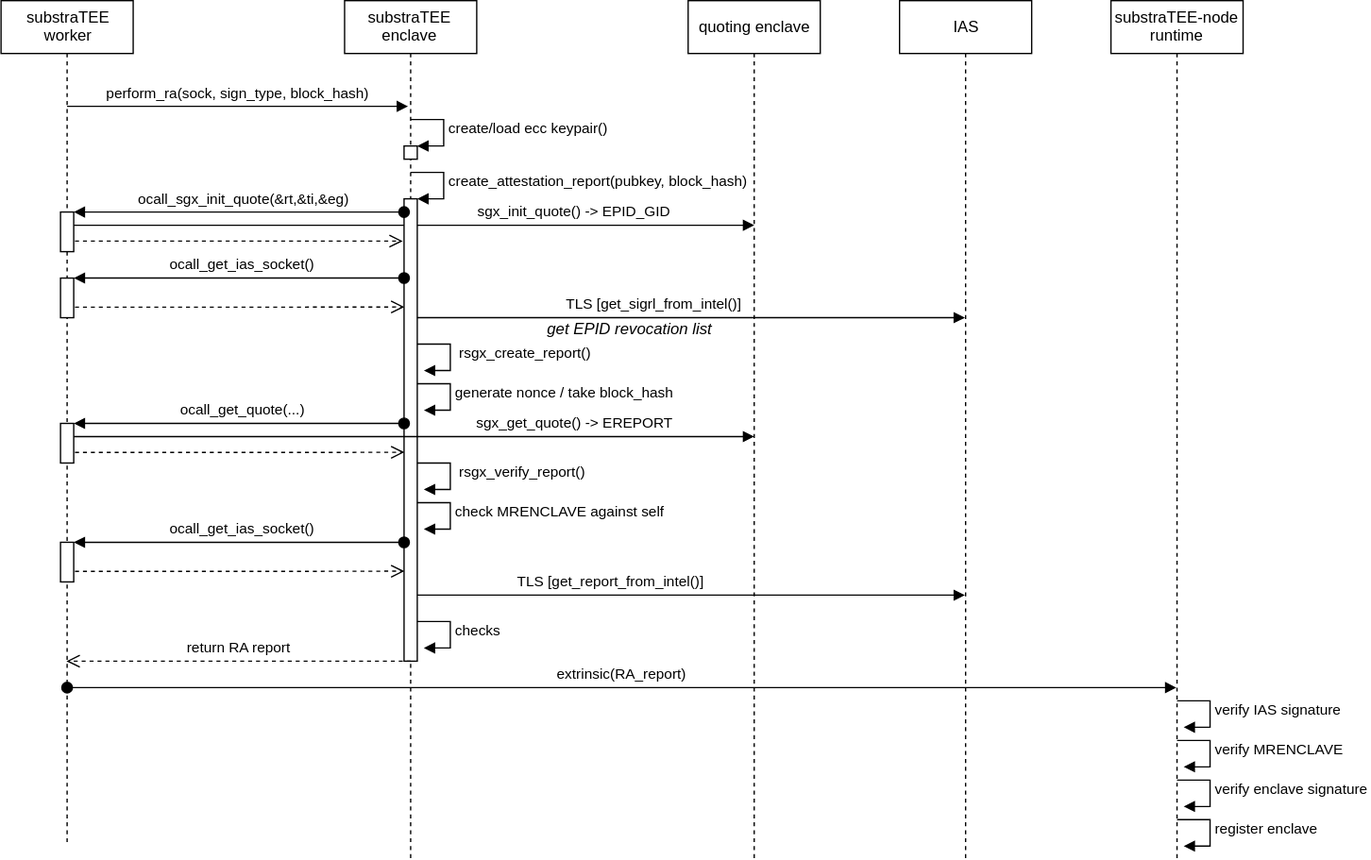
integritee-network/substraTEE keeps this draw.io diagram as attestation_registry_sequence.svg. Above is the earlier version. Source tidied: cells renumbered, new cells last; positions are measured from the earlier drawing's top-left corner, leaving out a move shared by most shapes.
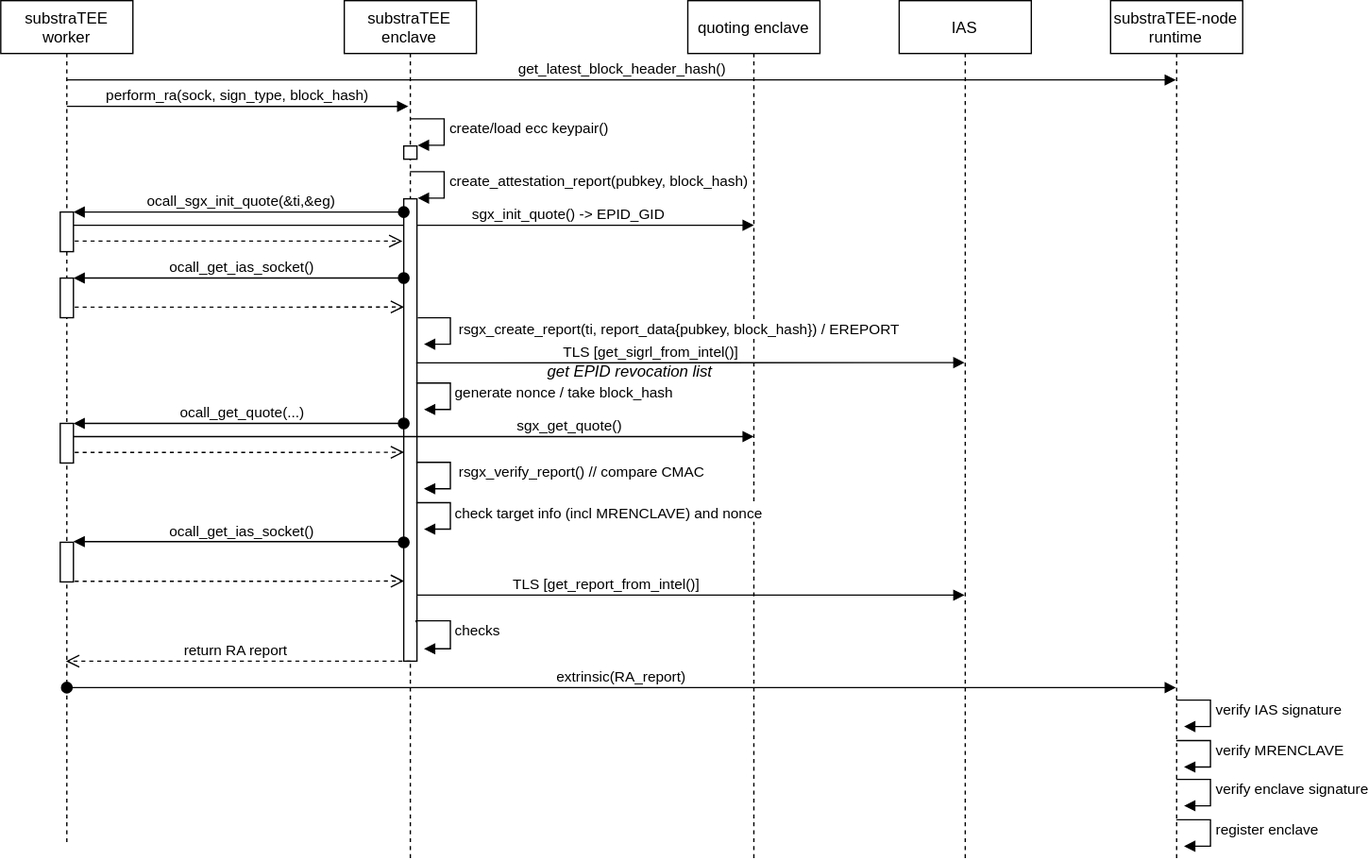
Later version of the same file.

What changed in the source:
```diff
@@ -33,6 +33,11 @@
         <mxPoint x="50" y="520" as="sourcePoint" />
       </mxGeometry>
     </mxCell>
+    <mxCell id="40" value="get_latest_block_header_hash()" style="html=1;verticalAlign=bottom;endArrow=block;" parent="2" edge="1" target="35">
+      <mxGeometry relative="1" as="geometry">
+        <mxPoint x="50" y="60" as="sourcePoint" />
+      </mxGeometry>
+    </mxCell>
     <mxCell id="8" value="&lt;div&gt;substraTEE&lt;/div&gt;&lt;div&gt;enclave&lt;/div&gt;" style="html=1;points=[];perimeter=orthogonalPerimeter;shape=umlLifeline;participant=label;fontFamily=Helvetica;fontSize=12;fontColor=#000000;align=center;strokeColor=#000000;fillColor=#ffffff;" parent="1" vertex="1">
       <mxGeometry x="260" width="100" height="650" as="geometry" />
     </mxCell>
@@ -75,7 +80,7 @@
     <mxCell id="15" style="html=1;points=[];perimeter=orthogonalPerimeter;" parent="1" vertex="1">
       <mxGeometry x="45" y="160" width="10" height="30" as="geometry" />
     </mxCell>
-    <mxCell id="16" value="ocall_sgx_init_quote(&amp;amp;rt,&amp;amp;ti,&amp;amp;eg)" style="html=1;verticalAlign=bottom;startArrow=oval;startFill=1;endArrow=block;startSize=8;" parent="1" edge="1" source="11" target="15">
+    <mxCell id="16" value="ocall_sgx_init_quote(&amp;amp;ti,&amp;amp;eg)" style="html=1;verticalAlign=bottom;startArrow=oval;startFill=1;endArrow=block;startSize=8;" parent="1" edge="1" source="11" target="15">
       <mxGeometry x="-0.02" relative="1" as="geometry">
         <Array as="points">
           <mxPoint x="230" y="160" />
@@ -92,22 +97,22 @@
     <mxCell id="18" value="IAS" style="shape=umlLifeline;perimeter=lifelinePerimeter;whiteSpace=wrap;html=1;outlineConnect=0;" parent="1" vertex="1">
       <mxGeometry x="680" width="100" height="650" as="geometry" />
     </mxCell>
-    <mxCell id="19" value="TLS [get_sigrl_from_intel()]" style="html=1;verticalAlign=bottom;endArrow=block;" parent="1" edge="1" source="11" target="18">
+    <mxCell id="19" value="TLS [get_sigrl_from_intel()]" style="html=1;verticalAlign=bottom;endArrow=block;exitX=0.9;exitY=0.354;exitDx=0;exitDy=0;exitPerimeter=0;" parent="1" edge="1" source="11" target="18">
       <mxGeometry x="-0.14" relative="1" as="geometry">
         <Array as="points">
-          <mxPoint x="380" y="240" />
+          <mxPoint x="670" y="274" />
         </Array>
       </mxGeometry>
     </mxCell>
     <mxCell id="20" value="get EPID revocation list" style="text;html=1;strokeColor=none;fillColor=none;align=center;verticalAlign=middle;whiteSpace=wrap;rounded=0;fontStyle=2;" parent="1" vertex="1">
-      <mxGeometry x="390" y="240" width="170" height="20" as="geometry" />
+      <mxGeometry x="390" y="270" width="170" height="20" as="geometry" />
     </mxCell>
-    <mxCell id="21" value="&amp;nbsp;rsgx_create_report()" style="edgeStyle=orthogonalEdgeStyle;html=1;align=left;spacingLeft=2;endArrow=block;rounded=0;entryX=1;entryY=0;" parent="1" edge="1">
+    <mxCell id="21" value="&amp;nbsp;rsgx_create_report(ti, report_data{pubkey, block_hash}) / EREPORT" style="edgeStyle=orthogonalEdgeStyle;html=1;align=left;spacingLeft=2;endArrow=block;rounded=0;entryX=1;entryY=0;" parent="1" edge="1">
       <mxGeometry relative="1" as="geometry">
-        <mxPoint x="315" y="260" as="sourcePoint" />
-        <mxPoint x="320" y="279.8" as="targetPoint" />
+        <mxPoint x="315" y="240" as="sourcePoint" />
+        <mxPoint x="320" y="259.8" as="targetPoint" />
         <Array as="points">
-          <mxPoint x="340" y="260" />
+          <mxPoint x="340" y="240" />
         </Array>
       </mxGeometry>
     </mxCell>
@@ -140,13 +145,13 @@
         </Array>
       </mxGeometry>
     </mxCell>
-    <mxCell id="26" value="&lt;div&gt;sgx_get_quote() -&amp;gt; EREPORT&lt;br&gt;&lt;/div&gt;" style="html=1;verticalAlign=bottom;endArrow=block;" parent="1" edge="1">
+    <mxCell id="26" value="&lt;div&gt;sgx_get_quote()&lt;br&gt;&lt;/div&gt;" style="html=1;verticalAlign=bottom;endArrow=block;" parent="1" edge="1">
       <mxGeometry x="0.46" relative="1" as="geometry">
         <mxPoint x="55" y="330" as="sourcePoint" />
         <mxPoint x="570" y="330" as="targetPoint" />
       </mxGeometry>
     </mxCell>
-    <mxCell id="27" value="&amp;nbsp;rsgx_verify_report()" style="edgeStyle=orthogonalEdgeStyle;html=1;align=left;spacingLeft=2;endArrow=block;rounded=0;entryX=1;entryY=0;" parent="1" edge="1">
+    <mxCell id="27" value="&amp;nbsp;rsgx_verify_report() // compare CMAC" style="edgeStyle=orthogonalEdgeStyle;html=1;align=left;spacingLeft=2;endArrow=block;rounded=0;entryX=1;entryY=0;" parent="1" edge="1">
       <mxGeometry relative="1" as="geometry">
         <mxPoint x="314.9" y="349.8" as="sourcePoint" />
         <mxPoint x="320.4" y="369.8" as="targetPoint" />
@@ -155,7 +160,7 @@
         </Array>
       </mxGeometry>
     </mxCell>
-    <mxCell id="28" value="check MRENCLAVE against self" style="edgeStyle=orthogonalEdgeStyle;html=1;align=left;spacingLeft=2;endArrow=block;rounded=0;entryX=1;entryY=0;" parent="1" edge="1">
+    <mxCell id="28" value="check target info (incl MRENCLAVE) and nonce" style="edgeStyle=orthogonalEdgeStyle;html=1;align=left;spacingLeft=2;endArrow=block;rounded=0;entryX=1;entryY=0;" parent="1" edge="1">
       <mxGeometry relative="1" as="geometry">
         <mxPoint x="314.9" y="379.6" as="sourcePoint" />
         <mxPoint x="320.4" y="399.6" as="targetPoint" />
@@ -166,21 +171,22 @@
     </mxCell>
     <mxCell id="29" style="html=1;verticalAlign=bottom;endArrow=open;dashed=1;endSize=8;entryX=0.029;entryY=0.29;entryDx=0;entryDy=0;entryPerimeter=0;" parent="1" edge="1">
       <mxGeometry relative="1" as="geometry">
-        <mxPoint x="50" y="432" as="sourcePoint" />
-        <mxPoint x="305.3" y="431.9" as="targetPoint" />
+        <mxPoint x="50" y="439.5" as="sourcePoint" />
+        <mxPoint x="305.3" y="439.4" as="targetPoint" />
         <Array as="points">
-          <mxPoint x="220" y="432" />
+          <mxPoint x="220" y="439.5" />
         </Array>
       </mxGeometry>
     </mxCell>
     <mxCell id="30" style="html=1;points=[];perimeter=orthogonalPerimeter;" parent="1" vertex="1">
       <mxGeometry x="45" y="410" width="10" height="30" as="geometry" />
     </mxCell>
-    <mxCell id="31" value="ocall_get_ias_socket()" style="html=1;verticalAlign=bottom;startArrow=oval;startFill=1;endArrow=block;startSize=8;" parent="1" edge="1" target="30">
+    <mxCell id="31" value="ocall_get_ias_socket()" style="html=1;verticalAlign=bottom;startArrow=oval;startFill=1;endArrow=block;startSize=8;" parent="1" edge="1">
       <mxGeometry x="-0.02" relative="1" as="geometry">
-        <mxPoint x="305" y="410" as="sourcePoint" />
+        <mxPoint x="305" y="409.5" as="sourcePoint" />
+        <mxPoint x="55" y="409.5" as="targetPoint" />
         <Array as="points">
-          <mxPoint x="230" y="410" />
+          <mxPoint x="230" y="409.5" />
         </Array>
       </mxGeometry>
     </mxCell>
```
